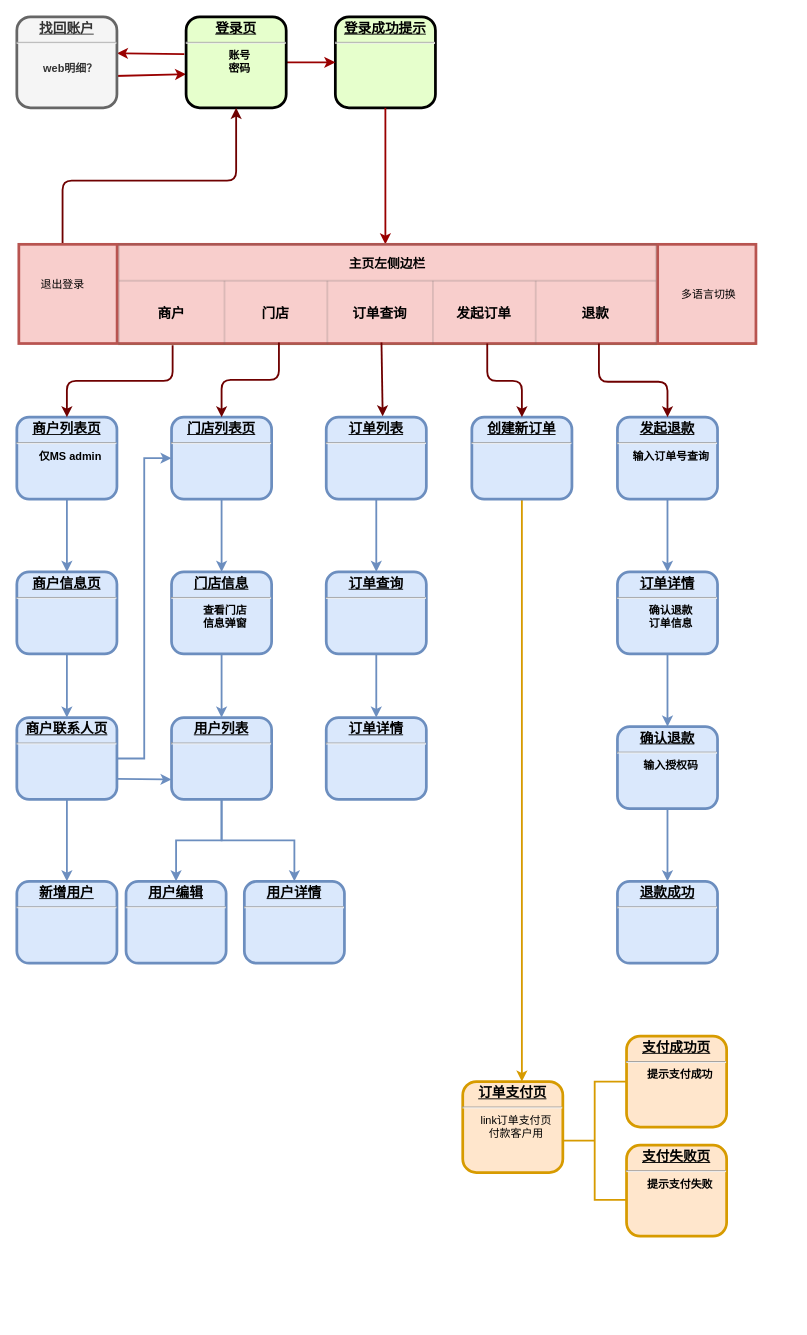
This is 画面状态图.drawio from LexiRowe/merchantSupport, a draw.io file, before an edit. Source tidied: cells renumbered, new cells numbered last; positions are measured from the earlier drawing's top-left corner, leaving out a move shared by most shapes. Both pictures are drawn from the tidied source at 91%, with x=0, y=0 at pixel (16, 16).
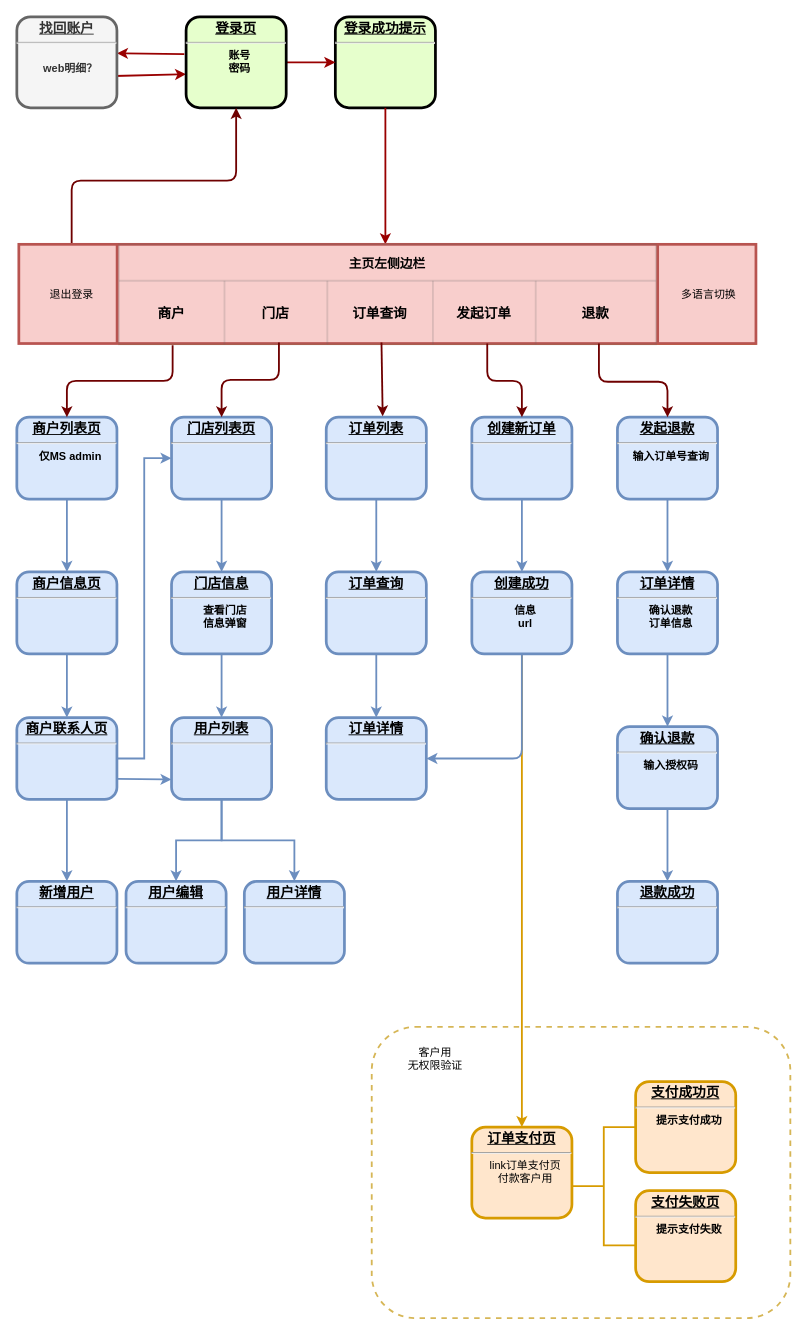
The same page after the edit.

Commit message:
更新画面状态图.drawio

Unchanged cells that the change refers to:
```xml
<mxCell id="12" style="group;fillColor=#ffe6cc;strokeColor=#d79b00;" parent="1" vertex="1">
  <mxGeometry x="112.2" y="250" width="700" height="110" as="geometry" />
</mxCell>
<mxCell id="29" value="&lt;p style=&quot;margin: 0px; margin-top: 4px; text-align: center; text-decoration: underline;&quot;&gt;&lt;span style=&quot;font-size: 15px;&quot;&gt;订单支付页&lt;/span&gt;&lt;/p&gt;&lt;hr&gt;&lt;p style=&quot;margin: 0px; margin-left: 8px;&quot;&gt;&lt;span style=&quot;font-weight: normal;&quot;&gt;link订单支付页&lt;/span&gt;&lt;/p&gt;&lt;p style=&quot;margin: 0px; margin-left: 8px;&quot;&gt;&lt;span style=&quot;font-weight: normal;&quot;&gt;付款客户用&lt;/span&gt;&lt;/p&gt;" style="verticalAlign=middle;align=center;overflow=fill;fontSize=12;fontFamily=Helvetica;html=1;rounded=1;fontStyle=1;strokeWidth=3;fillColor=#ffe6cc;strokeColor=#d79b00;" parent="28" vertex="1">
  <mxGeometry y="50" width="110" height="100" as="geometry" />
</mxCell>
<mxCell id="33" value="&lt;p style=&quot;margin: 0px; margin-top: 4px; text-align: center; text-decoration: underline;&quot;&gt;&lt;span style=&quot;font-size: 15px;&quot;&gt;订单详情&lt;/span&gt;&lt;/p&gt;&lt;hr&gt;&lt;p style=&quot;margin: 0px; margin-left: 8px;&quot;&gt;&lt;br&gt;&lt;/p&gt;" style="verticalAlign=middle;align=center;overflow=fill;fontSize=12;fontFamily=Helvetica;html=1;rounded=1;fontStyle=1;strokeWidth=3;fillColor=#dae8fc;strokeColor=#6c8ebf;" parent="1" vertex="1">
  <mxGeometry x="340" y="770" width="110" height="90" as="geometry" />
</mxCell>
<mxCell id="36" value="&lt;p style=&quot;margin: 0px; margin-top: 4px; text-align: center; text-decoration: underline;&quot;&gt;&lt;span style=&quot;font-size: 15px;&quot;&gt;创建新订单&lt;/span&gt;&lt;/p&gt;&lt;hr&gt;&lt;p style=&quot;margin: 0px; margin-left: 8px;&quot;&gt;&lt;br&gt;&lt;/p&gt;" style="verticalAlign=middle;align=center;overflow=fill;fontSize=12;fontFamily=Helvetica;html=1;rounded=1;fontStyle=1;strokeWidth=3;fillColor=#dae8fc;strokeColor=#6c8ebf;" parent="1" vertex="1">
  <mxGeometry x="500" y="440" width="110" height="90" as="geometry" />
</mxCell>
```

Diff of the diagram source:
```diff
@@
+    <mxCell id="34" value="&lt;div&gt;&lt;span style=&quot;background-color: transparent; color: light-dark(rgb(0, 0, 0), rgb(255, 255, 255));&quot;&gt;退出登录&lt;/span&gt;&lt;/div&gt;" style="text;strokeColor=none;align=center;fillColor=none;html=1;verticalAlign=middle;whiteSpace=wrap;rounded=0;" parent="12" vertex="1">
+      <mxGeometry x="-82.2" y="39.5" width="60.5" height="30" as="geometry" />
+    </mxCell>
@@
     <mxCell id="28" style="group;" parent="1" vertex="1">
-      <mxGeometry x="490" y="1120" width="290" height="220" as="geometry" />
+      <mxGeometry x="500" y="1170" width="290" height="220" as="geometry" />
     </mxCell>
@@
-    <mxCell id="34" value="&lt;div&gt;&lt;span style=&quot;background-color: transparent; color: light-dark(rgb(0, 0, 0), rgb(255, 255, 255));&quot;&gt;退出登录&lt;/span&gt;&lt;/div&gt;" style="text;strokeColor=none;align=center;fillColor=none;html=1;verticalAlign=middle;whiteSpace=wrap;rounded=0;" parent="1" vertex="1">
-      <mxGeometry x="20" y="279.5" width="60.5" height="30" as="geometry" />
-    </mxCell>
-    <mxCell id="35" style="edgeStyle=elbowEdgeStyle;rounded=1;jettySize=auto;html=1;exitX=0.5;exitY=1;exitDx=0;exitDy=0;curved=0;fillColor=#ffe6cc;strokeColor=#d79b00;strokeWidth=2;" parent="1" edge="1" source="36" target="29">
+    <mxCell id="35" style="edgeStyle=elbowEdgeStyle;rounded=1;jettySize=auto;html=1;exitX=0.5;exitY=1;exitDx=0;exitDy=0;curved=0;fillColor=#ffe6cc;strokeColor=#d79b00;strokeWidth=2;elbow=vertical;" parent="1" edge="1" source="64" target="29">
       <mxGeometry relative="1" as="geometry" />
     </mxCell>
+    <mxCell id="63" style="edgeStyle=elbowEdgeStyle;rounded=0;jettySize=auto;html=1;fillColor=#dae8fc;strokeColor=#6c8ebf;strokeWidth=2;" parent="1" edge="1" source="36" target="64">
+      <mxGeometry relative="1" as="geometry" />
+    </mxCell>
@@
+    <mxCell id="64" value="&lt;p style=&quot;margin: 0px; margin-top: 4px; text-align: center; text-decoration: underline;&quot;&gt;&lt;span style=&quot;font-size: 15px;&quot;&gt;创建成功&lt;/span&gt;&lt;/p&gt;&lt;hr&gt;&lt;p style=&quot;margin: 0px; margin-left: 8px;&quot;&gt;信息&lt;/p&gt;&lt;p style=&quot;margin: 0px; margin-left: 8px;&quot;&gt;url&lt;/p&gt;" style="verticalAlign=middle;align=center;overflow=fill;fontSize=12;fontFamily=Helvetica;html=1;rounded=1;fontStyle=1;strokeWidth=3;fillColor=#dae8fc;strokeColor=#6c8ebf;" parent="1" vertex="1">
+      <mxGeometry x="500" y="610" width="110" height="90" as="geometry" />
+    </mxCell>
+    <mxCell id="65" style="endArrow=classic;html=1;rounded=1;entryX=1;entryY=0.5;entryDx=0;entryDy=0;exitX=0.5;exitY=1;exitDx=0;exitDy=0;fillColor=#dae8fc;strokeColor=#6c8ebf;strokeWidth=2;edgeStyle=orthogonalEdgeStyle;curved=0;" parent="1" edge="1" source="64" target="33">
+      <mxGeometry relative="1" as="geometry" />
+    </mxCell>
+    <mxCell id="66" style="rounded=1;whiteSpace=wrap;html=1;fillColor=none;dashed=1;strokeColor=#d6b656;strokeWidth=2;" parent="1" vertex="1">
+      <mxGeometry x="390" y="1110" width="460" height="320" as="geometry" />
+    </mxCell>
+    <mxCell id="67" value="客户用&lt;div&gt;无权限验证&lt;/div&gt;" style="text;strokeColor=none;align=center;fillColor=none;html=1;verticalAlign=middle;whiteSpace=wrap;rounded=0;" parent="1" vertex="1">
+      <mxGeometry x="420" y="1130" width="80" height="30" as="geometry" />
+    </mxCell>
```
